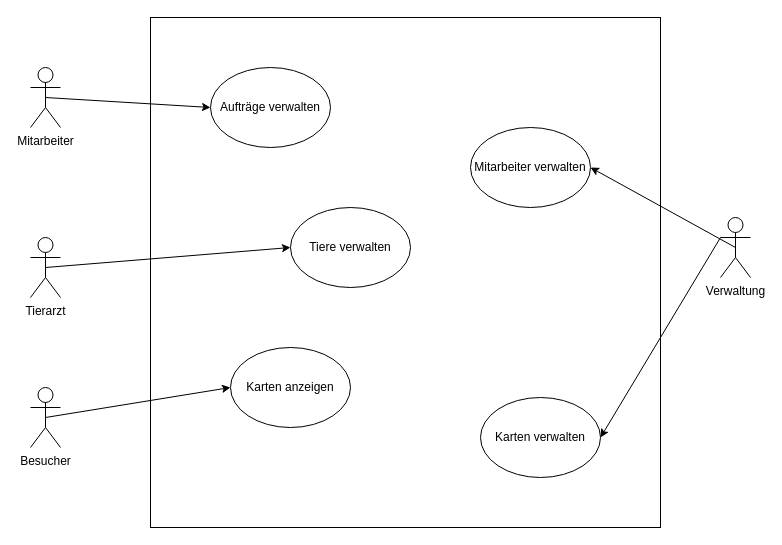
The draw.io diagram files/Software Engineering/aufgaben/Unbenanntes Diagramm.drawio in Fabiann2205/DHBW-Semester3, before the edit. Source tidied: cells renumbered, new cells numbered last; positions are measured from the earlier drawing's top-left corner, leaving out a move shared by most shapes. Both pictures are drawn from the tidied source at 100%, with x=0, y=0 at pixel (30, 17).
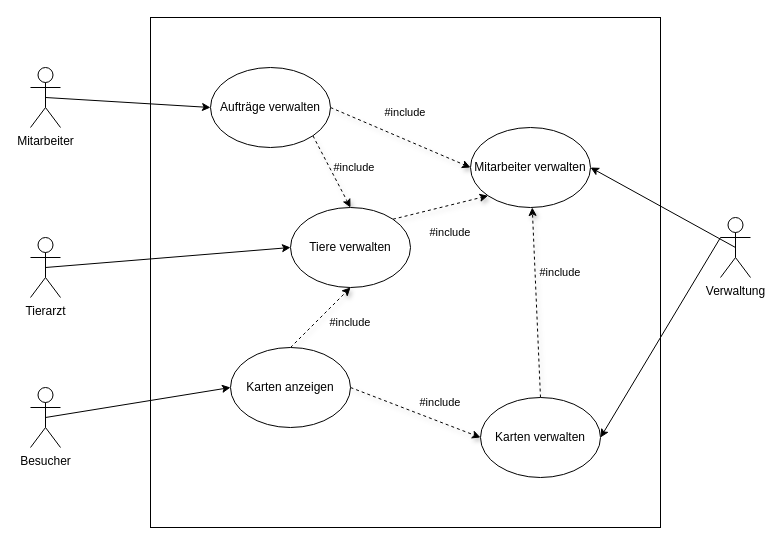
Above is the later version.

The change refers to these unchanged cells:
```xml
<mxCell id="12" value="Aufträge verwalten" style="ellipse;whiteSpace=wrap;html=1;" parent="1" vertex="1">
  <mxGeometry x="180" y="50" width="120" height="80" as="geometry" />
</mxCell>
<mxCell id="13" value="Mitarbeiter verwalten" style="ellipse;whiteSpace=wrap;html=1;" parent="1" vertex="1">
  <mxGeometry x="440" y="110" width="120" height="80" as="geometry" />
</mxCell>
<mxCell id="14" value="Tiere verwalten" style="ellipse;whiteSpace=wrap;html=1;" parent="1" vertex="1">
  <mxGeometry x="260" y="190" width="120" height="80" as="geometry" />
</mxCell>
<mxCell id="15" value="Karten anzeigen" style="ellipse;whiteSpace=wrap;html=1;" parent="1" vertex="1">
  <mxGeometry x="200" y="330" width="120" height="80" as="geometry" />
</mxCell>
<mxCell id="16" value="Karten verwalten" style="ellipse;whiteSpace=wrap;html=1;" parent="1" vertex="1">
  <mxGeometry x="450" y="380" width="120" height="80" as="geometry" />
</mxCell>
```

What changed in the source:
```diff
@@
+    <mxCell id="17" style="edgeStyle=none;shape=connector;rounded=0;jettySize=auto;html=1;exitX=1;exitY=1;exitDx=0;exitDy=0;entryX=0.5;entryY=0;entryDx=0;entryDy=0;shadow=1;dashed=1;labelBackgroundColor=default;strokeColor=default;align=center;verticalAlign=middle;fontFamily=Helvetica;fontSize=11;fontColor=default;endArrow=classic;" parent="1" edge="1" source="12" target="14">
+      <mxGeometry relative="1" as="geometry" />
+    </mxCell>
+    <mxCell id="18" style="edgeStyle=none;shape=connector;rounded=0;jettySize=auto;html=1;exitX=1;exitY=0.5;exitDx=0;exitDy=0;entryX=0;entryY=0.5;entryDx=0;entryDy=0;shadow=1;dashed=1;labelBackgroundColor=default;strokeColor=default;align=center;verticalAlign=middle;fontFamily=Helvetica;fontSize=11;fontColor=default;endArrow=classic;" parent="1" edge="1" source="12" target="13">
+      <mxGeometry relative="1" as="geometry" />
+    </mxCell>
@@
+    <mxCell id="19" style="edgeStyle=none;shape=connector;rounded=0;jettySize=auto;html=1;exitX=1;exitY=0;exitDx=0;exitDy=0;entryX=0;entryY=1;entryDx=0;entryDy=0;shadow=1;dashed=1;labelBackgroundColor=default;strokeColor=default;align=center;verticalAlign=middle;fontFamily=Helvetica;fontSize=11;fontColor=default;endArrow=classic;" parent="1" edge="1" source="14" target="13">
+      <mxGeometry relative="1" as="geometry" />
+    </mxCell>
@@
+    <mxCell id="20" style="edgeStyle=none;shape=connector;rounded=0;jettySize=auto;html=1;exitX=1;exitY=0.5;exitDx=0;exitDy=0;entryX=0;entryY=0.5;entryDx=0;entryDy=0;shadow=1;dashed=1;labelBackgroundColor=default;strokeColor=default;align=center;verticalAlign=middle;fontFamily=Helvetica;fontSize=11;fontColor=default;endArrow=classic;" parent="1" edge="1" source="15" target="16">
+      <mxGeometry relative="1" as="geometry" />
+    </mxCell>
+    <mxCell id="21" style="edgeStyle=none;shape=connector;rounded=0;jettySize=auto;html=1;exitX=0.5;exitY=0;exitDx=0;exitDy=0;entryX=0.5;entryY=1;entryDx=0;entryDy=0;shadow=1;dashed=1;labelBackgroundColor=default;strokeColor=default;align=center;verticalAlign=middle;fontFamily=Helvetica;fontSize=11;fontColor=default;endArrow=classic;" parent="1" edge="1" source="15" target="14">
+      <mxGeometry relative="1" as="geometry" />
+    </mxCell>
@@
+    <mxCell id="22" style="edgeStyle=none;shape=connector;rounded=0;jettySize=auto;html=1;exitX=0.5;exitY=0;exitDx=0;exitDy=0;shadow=1;dashed=1;labelBackgroundColor=default;strokeColor=default;align=center;verticalAlign=middle;fontFamily=Helvetica;fontSize=11;fontColor=default;endArrow=classic;" parent="1" edge="1" source="16" target="13">
+      <mxGeometry relative="1" as="geometry" />
+    </mxCell>
@@
+    <mxCell id="23" value="#include" style="text;html=1;strokeColor=none;fillColor=none;align=center;verticalAlign=middle;whiteSpace=wrap;rounded=0;fontSize=11;fontFamily=Helvetica;fontColor=default;" parent="1" vertex="1">
+      <mxGeometry x="345" y="80" width="60" height="30" as="geometry" />
+    </mxCell>
+    <mxCell id="24" value="#include" style="text;html=1;strokeColor=none;fillColor=none;align=center;verticalAlign=middle;whiteSpace=wrap;rounded=0;fontSize=11;fontFamily=Helvetica;fontColor=default;" parent="1" vertex="1">
+      <mxGeometry x="294" y="135" width="60" height="30" as="geometry" />
+    </mxCell>
+    <mxCell id="25" value="#include" style="text;html=1;strokeColor=none;fillColor=none;align=center;verticalAlign=middle;whiteSpace=wrap;rounded=0;fontSize=11;fontFamily=Helvetica;fontColor=default;" parent="1" vertex="1">
+      <mxGeometry x="390" y="200" width="60" height="30" as="geometry" />
+    </mxCell>
+    <mxCell id="26" value="#include" style="text;html=1;strokeColor=none;fillColor=none;align=center;verticalAlign=middle;whiteSpace=wrap;rounded=0;fontSize=11;fontFamily=Helvetica;fontColor=default;" parent="1" vertex="1">
+      <mxGeometry x="500" y="240" width="60" height="30" as="geometry" />
+    </mxCell>
+    <mxCell id="27" value="#include" style="text;html=1;strokeColor=none;fillColor=none;align=center;verticalAlign=middle;whiteSpace=wrap;rounded=0;fontSize=11;fontFamily=Helvetica;fontColor=default;" parent="1" vertex="1">
+      <mxGeometry x="290" y="290" width="60" height="30" as="geometry" />
+    </mxCell>
+    <mxCell id="28" value="#include" style="text;html=1;strokeColor=none;fillColor=none;align=center;verticalAlign=middle;whiteSpace=wrap;rounded=0;fontSize=11;fontFamily=Helvetica;fontColor=default;" parent="1" vertex="1">
+      <mxGeometry x="380" y="370" width="60" height="30" as="geometry" />
+    </mxCell>
```
